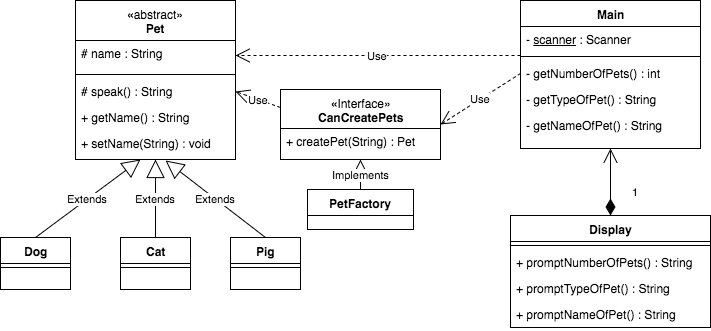
Earlier version of the draw.io export PolymorphismUML.png (ZipCodeCore/TalkingPets). Source tidied: cells renumbered, new cells last; positions are measured from the earlier drawing's top-left corner, leaving out a move shared by most shapes. Source of this version:
```xml
<mxGraphModel background="#ffffff">
  <root>
    <mxCell id="0" />
    <mxCell id="1" parent="0" />
    <mxCell id="2" value="«&lt;span style=&quot;font-weight: normal&quot;&gt;abstract»&lt;/span&gt;&lt;div&gt;Pet&lt;/div&gt;" style="swimlane;html=1;fontStyle=1;align=center;verticalAlign=top;horizontal=1;startSize=40;swimlaneFillColor=#ffffff;" parent="1" vertex="1">
      <mxGeometry x="75" width="160" height="159" as="geometry" />
    </mxCell>
    <mxCell id="3" value="# name : String" style="text;html=1;strokeColor=none;fillColor=none;align=left;verticalAlign=top;spacingLeft=4;spacingRight=4;whiteSpace=wrap;overflow=hidden;points=[[0,0.5],[1,0.5]];portConstraint=eastwest;" parent="2" vertex="1">
      <mxGeometry y="40" width="160" height="30" as="geometry" />
    </mxCell>
    <mxCell id="4" style="line;html=1;strokeWidth=1;fillColor=none;align=left;verticalAlign=middle;spacingTop=-1;spacingLeft=3;spacingRight=3;labelPosition=right;" parent="2" vertex="1">
      <mxGeometry y="70" width="160" height="8" as="geometry" />
    </mxCell>
    <mxCell id="5" value="# speak() : String" style="text;html=1;strokeColor=none;fillColor=none;align=left;verticalAlign=top;spacingLeft=4;spacingRight=4;whiteSpace=wrap;overflow=hidden;points=[[0,0.5],[1,0.5]];portConstraint=eastwest;" parent="2" vertex="1">
      <mxGeometry y="78" width="160" height="26" as="geometry" />
    </mxCell>
    <mxCell id="6" value="+ getName() : String" style="text;html=1;strokeColor=none;fillColor=none;align=left;verticalAlign=top;spacingLeft=4;spacingRight=4;whiteSpace=wrap;overflow=hidden;" parent="2" vertex="1">
      <mxGeometry y="104" width="160" height="26" as="geometry" />
    </mxCell>
    <mxCell id="7" value="+ setName(String) : void" style="text;html=1;strokeColor=none;fillColor=none;align=left;verticalAlign=top;spacingLeft=4;spacingRight=4;whiteSpace=wrap;overflow=hidden;points=[[0,0.5],[1,0.5]];portConstraint=eastwest;" parent="2" vertex="1">
      <mxGeometry y="130" width="160" height="26" as="geometry" />
    </mxCell>
    <mxCell id="8" value="Dog" style="swimlane;html=1;fontStyle=1;align=center;verticalAlign=top;horizontal=1;startSize=26;swimlaneFillColor=#ffffff;" parent="1" vertex="1">
      <mxGeometry y="237" width="70" height="52" as="geometry" />
    </mxCell>
    <mxCell id="9" style="line;html=1;strokeWidth=1;fillColor=none;align=left;verticalAlign=middle;spacingTop=-1;spacingLeft=3;spacingRight=3;labelPosition=right;" parent="8" vertex="1">
      <mxGeometry y="26" width="70" height="8" as="geometry" />
    </mxCell>
    <mxCell id="10" value="Extends" style="endArrow=block;endSize=16;endFill=0;html=1;exitX=0.5;exitY=0;entryX=0.406;entryY=1.115;entryPerimeter=0;" parent="1" edge="1" source="8" target="7">
      <mxGeometry relative="1" as="geometry" />
    </mxCell>
    <mxCell id="11" value="Cat" style="swimlane;html=1;fontStyle=1;align=center;verticalAlign=top;horizontal=1;startSize=26;swimlaneFillColor=#ffffff;" parent="1" vertex="1">
      <mxGeometry x="120" y="237" width="70" height="52" as="geometry" />
    </mxCell>
    <mxCell id="12" style="line;html=1;strokeWidth=1;fillColor=none;align=left;verticalAlign=middle;spacingTop=-1;spacingLeft=3;spacingRight=3;labelPosition=right;" parent="11" vertex="1">
      <mxGeometry y="26" width="70" height="8" as="geometry" />
    </mxCell>
    <mxCell id="13" value="Extends" style="endArrow=block;endSize=16;endFill=0;html=1;exitX=0.5;exitY=0;entryX=0.5;entryY=1;" parent="1" edge="1" source="11" target="2">
      <mxGeometry relative="1" as="geometry" />
    </mxCell>
    <mxCell id="14" value="Pig" style="swimlane;html=1;fontStyle=1;align=center;verticalAlign=top;horizontal=1;startSize=26;swimlaneFillColor=#ffffff;" parent="1" vertex="1">
      <mxGeometry x="230" y="237" width="70" height="52" as="geometry" />
    </mxCell>
    <mxCell id="15" style="line;html=1;strokeWidth=1;fillColor=none;align=left;verticalAlign=middle;spacingTop=-1;spacingLeft=3;spacingRight=3;labelPosition=right;" parent="14" vertex="1">
      <mxGeometry y="26" width="70" height="8" as="geometry" />
    </mxCell>
    <mxCell id="16" value="Extends" style="endArrow=block;endSize=16;endFill=0;html=1;exitX=0.5;exitY=0;entryX=0.563;entryY=1.154;entryPerimeter=0;" parent="1" edge="1" source="14" target="7">
      <mxGeometry relative="1" as="geometry" />
    </mxCell>
    <mxCell id="17" value="Main" style="swimlane;html=1;fontStyle=1;align=center;verticalAlign=top;horizontal=1;startSize=26;swimlaneFillColor=#ffffff;" parent="1" vertex="1">
      <mxGeometry x="520" width="180" height="148" as="geometry" />
    </mxCell>
    <mxCell id="18" value="- &lt;u&gt;scanner&lt;/u&gt; : Scanner" style="text;html=1;strokeColor=none;fillColor=none;align=left;verticalAlign=top;spacingLeft=4;spacingRight=4;whiteSpace=wrap;overflow=hidden;points=[[0,0.5],[1,0.5]];portConstraint=eastwest;" parent="17" vertex="1">
      <mxGeometry y="26" width="180" height="26" as="geometry" />
    </mxCell>
    <mxCell id="19" style="line;html=1;strokeWidth=1;fillColor=none;align=left;verticalAlign=middle;spacingTop=-1;spacingLeft=3;spacingRight=3;labelPosition=right;" parent="17" vertex="1">
      <mxGeometry y="52" width="180" height="8" as="geometry" />
    </mxCell>
    <mxCell id="20" value="- getNumberOfPets() : int" style="text;html=1;strokeColor=none;fillColor=none;align=left;verticalAlign=top;spacingLeft=4;spacingRight=4;whiteSpace=wrap;overflow=hidden;points=[[0,0.5],[1,0.5]];portConstraint=eastwest;" parent="17" vertex="1">
      <mxGeometry y="60" width="180" height="26" as="geometry" />
    </mxCell>
    <mxCell id="21" value="- getTypeOfPet() : String" style="text;html=1;strokeColor=none;fillColor=none;align=left;verticalAlign=top;spacingLeft=4;spacingRight=4;whiteSpace=wrap;overflow=hidden;" parent="17" vertex="1">
      <mxGeometry y="86" width="180" height="26" as="geometry" />
    </mxCell>
    <mxCell id="22" value="- getNameOfPet() : String" style="text;html=1;strokeColor=none;fillColor=none;align=left;verticalAlign=top;spacingLeft=4;spacingRight=4;whiteSpace=wrap;overflow=hidden;" parent="17" vertex="1">
      <mxGeometry y="112" width="180" height="26" as="geometry" />
    </mxCell>
    <mxCell id="23" value="Use" style="endArrow=open;endSize=12;dashed=1;html=1;entryX=1;entryY=0.5;exitX=0;exitY=1.115;exitPerimeter=0;" parent="1" edge="1" source="18" target="3">
      <mxGeometry relative="1" as="geometry" />
    </mxCell>
    <mxCell id="24" value="Display" style="swimlane;html=1;fontStyle=1;align=center;verticalAlign=top;horizontal=1;startSize=26;swimlaneFillColor=#ffffff;" parent="1" vertex="1">
      <mxGeometry x="510" y="215" width="200" height="112" as="geometry" />
    </mxCell>
    <mxCell id="25" style="line;html=1;strokeWidth=1;fillColor=none;align=left;verticalAlign=middle;spacingTop=-1;spacingLeft=3;spacingRight=3;labelPosition=right;" parent="24" vertex="1">
      <mxGeometry y="26" width="200" height="8" as="geometry" />
    </mxCell>
    <mxCell id="26" value="+ promptNumberOfPets() : String" style="text;html=1;strokeColor=none;fillColor=none;align=left;verticalAlign=top;spacingLeft=4;spacingRight=4;whiteSpace=wrap;overflow=hidden;" parent="24" vertex="1">
      <mxGeometry y="34" width="200" height="26" as="geometry" />
    </mxCell>
    <mxCell id="27" value="+ promptTypeOfPet() : String" style="text;html=1;strokeColor=none;fillColor=none;align=left;verticalAlign=top;spacingLeft=4;spacingRight=4;whiteSpace=wrap;overflow=hidden;" parent="24" vertex="1">
      <mxGeometry y="60" width="200" height="26" as="geometry" />
    </mxCell>
    <mxCell id="28" value="+ promptNameOfPet() : String" style="text;html=1;strokeColor=none;fillColor=none;align=left;verticalAlign=top;spacingLeft=4;spacingRight=4;whiteSpace=wrap;overflow=hidden;" parent="24" vertex="1">
      <mxGeometry y="86" width="200" height="26" as="geometry" />
    </mxCell>
    <mxCell id="29" value="1" style="endArrow=open;html=1;endSize=12;startArrow=diamondThin;startSize=14;startFill=1;edgeStyle=orthogonalEdgeStyle;align=left;verticalAlign=bottom;exitX=0.5;exitY=0;entryX=0.5;entryY=1;" parent="1" edge="1" source="24" target="17">
      <mxGeometry x="0.04" y="-28" relative="1" as="geometry">
        <Array as="points">
          <mxPoint x="610" y="179" />
          <mxPoint x="610" y="179" />
        </Array>
        <mxPoint x="-8" y="20" as="offset" />
      </mxGeometry>
    </mxCell>
    <mxCell id="30" value="«&lt;span style=&quot;font-weight: normal&quot;&gt;Interface»&lt;/span&gt;&lt;div&gt;CanCreatePets&lt;/div&gt;" style="swimlane;html=1;fontStyle=1;align=center;verticalAlign=top;horizontal=1;startSize=39;swimlaneFillColor=#ffffff;" parent="1" vertex="1">
      <mxGeometry x="280" y="89" width="160" height="70" as="geometry" />
    </mxCell>
    <mxCell id="31" value="+ createPet(String) : Pet" style="text;html=1;strokeColor=none;fillColor=none;align=left;verticalAlign=top;spacingLeft=4;spacingRight=4;whiteSpace=wrap;overflow=hidden;" parent="30" vertex="1">
      <mxGeometry y="39" width="160" height="26" as="geometry" />
    </mxCell>
    <mxCell id="32" value="Use" style="endArrow=open;endSize=12;dashed=1;html=1;entryX=1;entryY=0.5;exitX=0;exitY=0.5;" parent="1" edge="1" source="20" target="30">
      <mxGeometry relative="1" as="geometry" />
    </mxCell>
    <mxCell id="33" value="PetFactory" style="swimlane;html=1;fontStyle=1;align=center;verticalAlign=top;horizontal=1;startSize=26;swimlaneFillColor=#ffffff;" parent="1" vertex="1">
      <mxGeometry x="307" y="189" width="106" height="40" as="geometry" />
    </mxCell>
    <mxCell id="34" value="Implements" style="endArrow=block;endSize=16;endFill=0;html=1;exitX=0.5;exitY=0;entryX=0.5;entryY=1;" parent="1" edge="1" source="33" target="30">
      <mxGeometry relative="1" as="geometry" />
    </mxCell>
    <mxCell id="35" value="Use" style="endArrow=open;endSize=12;dashed=1;html=1;entryX=1;entryY=0.5;exitX=0;exitY=0.25;" parent="1" edge="1" source="30" target="5">
      <mxGeometry x="315" y="116" as="geometry" />
    </mxCell>
  </root>
</mxGraphModel>
```
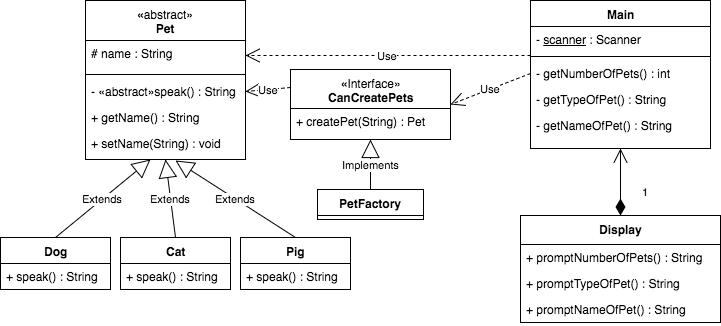
Above is the later version.

What changed in the source:
```diff
@@ -1,4 +1,4 @@
-<mxGraphModel background="#ffffff">
+<mxGraphModel>
   <root>
     <mxCell id="0" />
     <mxCell id="1" parent="0" />
@@ -11,7 +11,7 @@
     <mxCell id="4" style="line;html=1;strokeWidth=1;fillColor=none;align=left;verticalAlign=middle;spacingTop=-1;spacingLeft=3;spacingRight=3;labelPosition=right;" parent="2" vertex="1">
       <mxGeometry y="70" width="160" height="8" as="geometry" />
     </mxCell>
-    <mxCell id="5" value="# speak() : String" style="text;html=1;strokeColor=none;fillColor=none;align=left;verticalAlign=top;spacingLeft=4;spacingRight=4;whiteSpace=wrap;overflow=hidden;points=[[0,0.5],[1,0.5]];portConstraint=eastwest;" parent="2" vertex="1">
+    <mxCell id="5" value="- «abstract»speak() : String" style="text;html=1;strokeColor=none;fillColor=none;align=left;verticalAlign=top;spacingLeft=4;spacingRight=4;whiteSpace=wrap;overflow=hidden;points=[[0,0.5],[1,0.5]];portConstraint=eastwest;" parent="2" vertex="1">
       <mxGeometry y="78" width="160" height="26" as="geometry" />
     </mxCell>
     <mxCell id="6" value="+ getName() : String" style="text;html=1;strokeColor=none;fillColor=none;align=left;verticalAlign=top;spacingLeft=4;spacingRight=4;whiteSpace=wrap;overflow=hidden;" parent="2" vertex="1">
@@ -21,29 +21,29 @@
       <mxGeometry y="130" width="160" height="26" as="geometry" />
     </mxCell>
     <mxCell id="8" value="Dog" style="swimlane;html=1;fontStyle=1;align=center;verticalAlign=top;horizontal=1;startSize=26;swimlaneFillColor=#ffffff;" parent="1" vertex="1">
-      <mxGeometry y="237" width="70" height="52" as="geometry" />
+      <mxGeometry x="-10" y="237" width="110" height="52" as="geometry" />
     </mxCell>
-    <mxCell id="9" style="line;html=1;strokeWidth=1;fillColor=none;align=left;verticalAlign=middle;spacingTop=-1;spacingLeft=3;spacingRight=3;labelPosition=right;" parent="8" vertex="1">
-      <mxGeometry y="26" width="70" height="8" as="geometry" />
-    </mxCell>
+    <mxCell id="36" value="+ speak() : String" style="text;html=1;strokeColor=none;fillColor=none;align=left;verticalAlign=top;spacingLeft=4;spacingRight=4;whiteSpace=wrap;overflow=hidden;" parent="8" vertex="1">
+      <mxGeometry y="26" width="110" height="26" as="geometry" />
+    </mxCell>
     <mxCell id="10" value="Extends" style="endArrow=block;endSize=16;endFill=0;html=1;exitX=0.5;exitY=0;entryX=0.406;entryY=1.115;entryPerimeter=0;" parent="1" edge="1" source="8" target="7">
       <mxGeometry relative="1" as="geometry" />
     </mxCell>
     <mxCell id="11" value="Cat" style="swimlane;html=1;fontStyle=1;align=center;verticalAlign=top;horizontal=1;startSize=26;swimlaneFillColor=#ffffff;" parent="1" vertex="1">
-      <mxGeometry x="120" y="237" width="70" height="52" as="geometry" />
+      <mxGeometry x="110" y="237" width="110" height="52" as="geometry" />
     </mxCell>
-    <mxCell id="12" style="line;html=1;strokeWidth=1;fillColor=none;align=left;verticalAlign=middle;spacingTop=-1;spacingLeft=3;spacingRight=3;labelPosition=right;" parent="11" vertex="1">
-      <mxGeometry y="26" width="70" height="8" as="geometry" />
-    </mxCell>
+    <mxCell id="37" value="+ speak() : String" style="text;html=1;strokeColor=none;fillColor=none;align=left;verticalAlign=top;spacingLeft=4;spacingRight=4;whiteSpace=wrap;overflow=hidden;" parent="11" vertex="1">
+      <mxGeometry y="26" width="110" height="26" as="geometry" />
+    </mxCell>
     <mxCell id="13" value="Extends" style="endArrow=block;endSize=16;endFill=0;html=1;exitX=0.5;exitY=0;entryX=0.5;entryY=1;" parent="1" edge="1" source="11" target="2">
       <mxGeometry relative="1" as="geometry" />
     </mxCell>
     <mxCell id="14" value="Pig" style="swimlane;html=1;fontStyle=1;align=center;verticalAlign=top;horizontal=1;startSize=26;swimlaneFillColor=#ffffff;" parent="1" vertex="1">
-      <mxGeometry x="230" y="237" width="70" height="52" as="geometry" />
+      <mxGeometry x="230" y="237" width="110" height="52" as="geometry" />
     </mxCell>
-    <mxCell id="15" style="line;html=1;strokeWidth=1;fillColor=none;align=left;verticalAlign=middle;spacingTop=-1;spacingLeft=3;spacingRight=3;labelPosition=right;" parent="14" vertex="1">
-      <mxGeometry y="26" width="70" height="8" as="geometry" />
-    </mxCell>
+    <mxCell id="38" value="+ speak() : String" style="text;html=1;strokeColor=none;fillColor=none;align=left;verticalAlign=top;spacingLeft=4;spacingRight=4;whiteSpace=wrap;overflow=hidden;" parent="14" vertex="1">
+      <mxGeometry y="26" width="110" height="26" as="geometry" />
+    </mxCell>
     <mxCell id="16" value="Extends" style="endArrow=block;endSize=16;endFill=0;html=1;exitX=0.5;exitY=0;entryX=0.563;entryY=1.154;entryPerimeter=0;" parent="1" edge="1" source="14" target="7">
       <mxGeometry relative="1" as="geometry" />
     </mxCell>
@@ -68,20 +68,17 @@
     <mxCell id="23" value="Use" style="endArrow=open;endSize=12;dashed=1;html=1;entryX=1;entryY=0.5;exitX=0;exitY=1.115;exitPerimeter=0;" parent="1" edge="1" source="18" target="3">
       <mxGeometry relative="1" as="geometry" />
     </mxCell>
-    <mxCell id="24" value="Display" style="swimlane;html=1;fontStyle=1;align=center;verticalAlign=top;horizontal=1;startSize=26;swimlaneFillColor=#ffffff;" parent="1" vertex="1">
-      <mxGeometry x="510" y="215" width="200" height="112" as="geometry" />
+    <mxCell id="24" value="&lt;div&gt;Display&lt;/div&gt;" style="swimlane;html=1;fontStyle=1;align=center;verticalAlign=top;horizontal=1;startSize=29;swimlaneFillColor=#ffffff;" parent="1" vertex="1">
+      <mxGeometry x="510" y="215" width="200" height="107" as="geometry" />
     </mxCell>
-    <mxCell id="25" style="line;html=1;strokeWidth=1;fillColor=none;align=left;verticalAlign=middle;spacingTop=-1;spacingLeft=3;spacingRight=3;labelPosition=right;" parent="24" vertex="1">
-      <mxGeometry y="26" width="200" height="8" as="geometry" />
-    </mxCell>
     <mxCell id="26" value="+ promptNumberOfPets() : String" style="text;html=1;strokeColor=none;fillColor=none;align=left;verticalAlign=top;spacingLeft=4;spacingRight=4;whiteSpace=wrap;overflow=hidden;" parent="24" vertex="1">
-      <mxGeometry y="34" width="200" height="26" as="geometry" />
+      <mxGeometry y="29" width="200" height="26" as="geometry" />
     </mxCell>
     <mxCell id="27" value="+ promptTypeOfPet() : String" style="text;html=1;strokeColor=none;fillColor=none;align=left;verticalAlign=top;spacingLeft=4;spacingRight=4;whiteSpace=wrap;overflow=hidden;" parent="24" vertex="1">
-      <mxGeometry y="60" width="200" height="26" as="geometry" />
+      <mxGeometry y="55" width="200" height="26" as="geometry" />
     </mxCell>
     <mxCell id="28" value="+ promptNameOfPet() : String" style="text;html=1;strokeColor=none;fillColor=none;align=left;verticalAlign=top;spacingLeft=4;spacingRight=4;whiteSpace=wrap;overflow=hidden;" parent="24" vertex="1">
-      <mxGeometry y="86" width="200" height="26" as="geometry" />
+      <mxGeometry y="81" width="200" height="26" as="geometry" />
     </mxCell>
     <mxCell id="29" value="1" style="endArrow=open;html=1;endSize=12;startArrow=diamondThin;startSize=14;startFill=1;edgeStyle=orthogonalEdgeStyle;align=left;verticalAlign=bottom;exitX=0.5;exitY=0;entryX=0.5;entryY=1;" parent="1" edge="1" source="24" target="17">
       <mxGeometry x="0.04" y="-28" relative="1" as="geometry">
@@ -93,16 +90,16 @@
       </mxGeometry>
     </mxCell>
     <mxCell id="30" value="«&lt;span style=&quot;font-weight: normal&quot;&gt;Interface»&lt;/span&gt;&lt;div&gt;CanCreatePets&lt;/div&gt;" style="swimlane;html=1;fontStyle=1;align=center;verticalAlign=top;horizontal=1;startSize=39;swimlaneFillColor=#ffffff;" parent="1" vertex="1">
-      <mxGeometry x="280" y="89" width="160" height="70" as="geometry" />
+      <mxGeometry x="280" y="69" width="160" height="70" as="geometry" />
     </mxCell>
     <mxCell id="31" value="+ createPet(String) : Pet" style="text;html=1;strokeColor=none;fillColor=none;align=left;verticalAlign=top;spacingLeft=4;spacingRight=4;whiteSpace=wrap;overflow=hidden;" parent="30" vertex="1">
-      <mxGeometry y="39" width="160" height="26" as="geometry" />
+      <mxGeometry y="39" width="160" height="31" as="geometry" />
     </mxCell>
     <mxCell id="32" value="Use" style="endArrow=open;endSize=12;dashed=1;html=1;entryX=1;entryY=0.5;exitX=0;exitY=0.5;" parent="1" edge="1" source="20" target="30">
       <mxGeometry relative="1" as="geometry" />
     </mxCell>
     <mxCell id="33" value="PetFactory" style="swimlane;html=1;fontStyle=1;align=center;verticalAlign=top;horizontal=1;startSize=26;swimlaneFillColor=#ffffff;" parent="1" vertex="1">
-      <mxGeometry x="307" y="189" width="106" height="40" as="geometry" />
+      <mxGeometry x="307" y="189" width="106" height="30" as="geometry" />
     </mxCell>
     <mxCell id="34" value="Implements" style="endArrow=block;endSize=16;endFill=0;html=1;exitX=0.5;exitY=0;entryX=0.5;entryY=1;" parent="1" edge="1" source="33" target="30">
       <mxGeometry relative="1" as="geometry" />
```
